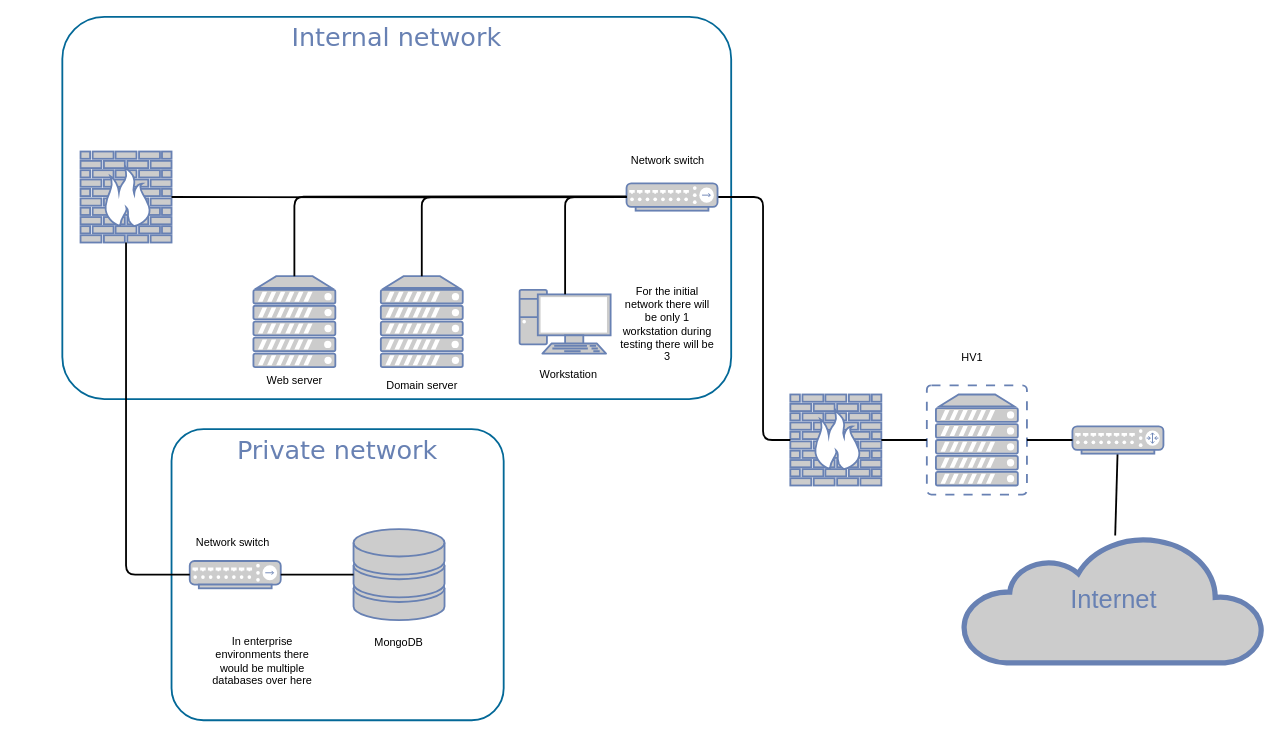
supertrey2004/Secure-Multi-Layer-Network-Project---Capstone keeps this draw.io diagram as Docs/diagrams/Network diagram.drawio. Above is the earlier version. Source tidied: cells renumbered, new cells numbered last; positions are measured from the earlier drawing's top-left corner, leaving out a move shared by most shapes. Both pictures are drawn from the tidied source at 91%, with x=0, y=0 at pixel (62, 16).
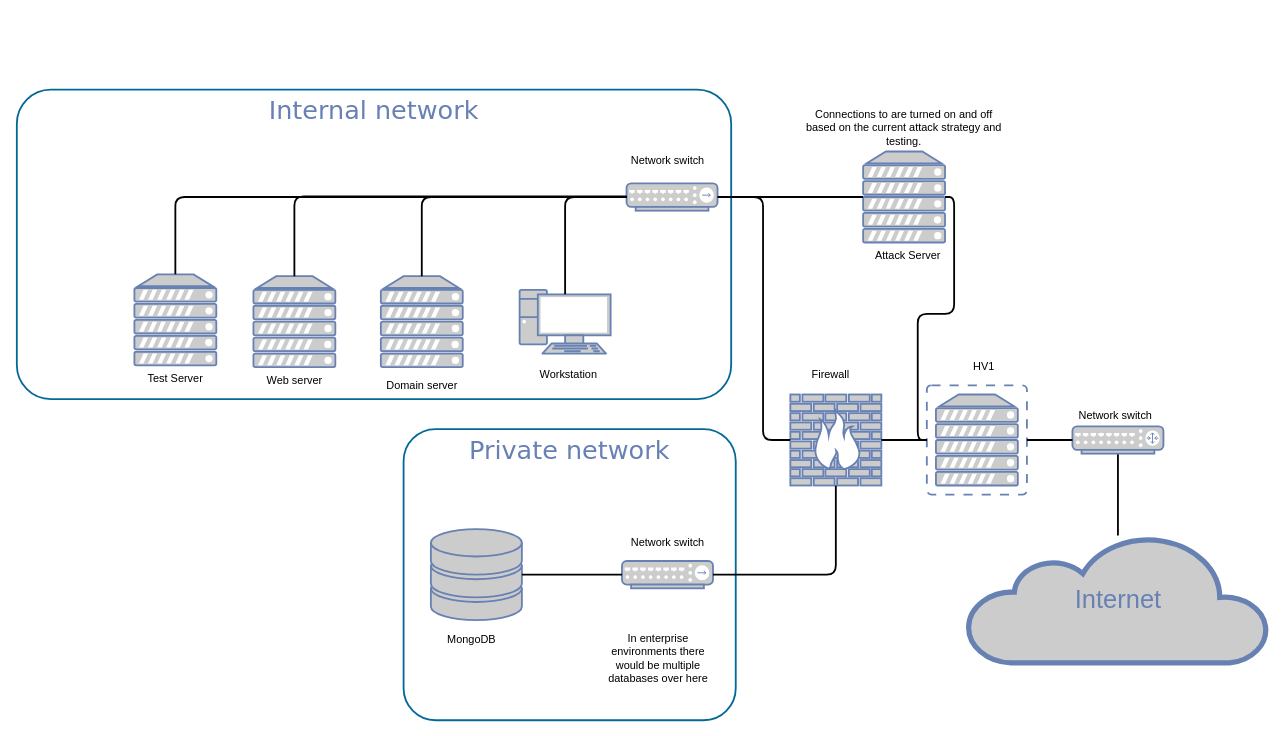
After the change.

Unchanged cells that the change refers to:
```xml
<mxCell id="4" style="fontColor=#0066CC;verticalAlign=top;verticalLabelPosition=bottom;labelPosition=center;align=center;html=1;fillColor=#CCCCCC;strokeColor=#6881B3;gradientColor=none;gradientDirection=north;strokeWidth=2;shape=mxgraph.networks.firewall;rounded=0;shadow=0;comic=0;" parent="1" vertex="1">
  <mxGeometry x="800" y="415" width="100" height="100" as="geometry" />
</mxCell>
<mxCell id="10" style="fontColor=#0066CC;verticalAlign=top;verticalLabelPosition=bottom;labelPosition=center;align=center;html=1;outlineConnect=0;fillColor=#CCCCCC;strokeColor=#6881B3;gradientColor=none;gradientDirection=north;strokeWidth=2;shape=mxgraph.networks.virtual_server;" parent="1" vertex="1">
  <mxGeometry x="950" y="405" width="110" height="120" as="geometry" />
</mxCell>
<mxCell id="12" style="fontColor=#0066CC;verticalAlign=top;verticalLabelPosition=bottom;labelPosition=center;align=center;html=1;outlineConnect=0;fillColor=#CCCCCC;strokeColor=#6881B3;gradientColor=none;gradientDirection=north;strokeWidth=2;shape=mxgraph.networks.hub;" parent="1" vertex="1">
  <mxGeometry x="620" y="183" width="100" height="30" as="geometry" />
</mxCell>
<mxCell id="20" style="fontColor=#0066CC;verticalAlign=top;verticalLabelPosition=bottom;labelPosition=center;align=center;html=1;outlineConnect=0;fillColor=#CCCCCC;strokeColor=#6881B3;gradientColor=none;gradientDirection=north;strokeWidth=2;shape=mxgraph.networks.server;" parent="1" vertex="1">
  <mxGeometry x="210" y="285" width="90" height="100" as="geometry" />
</mxCell>
```

What changed in the source:
```diff
@@
     <mxCell id="2" value="Private network" style="rounded=1;whiteSpace=wrap;html=1;shadow=0;comic=0;strokeColor=#036897;strokeWidth=2;fillColor=none;fontFamily=Verdana;fontSize=28;fontColor=#6881B3;align=center;arcSize=11;verticalAlign=top;" parent="1" vertex="1">
-      <mxGeometry x="120" y="453" width="365" height="320" as="geometry" />
+      <mxGeometry x="375" y="453" width="365" height="320" as="geometry" />
     </mxCell>
     <mxCell id="3" value="Internal network" style="rounded=1;whiteSpace=wrap;html=1;shadow=0;comic=0;strokeColor=#036897;strokeWidth=2;fillColor=none;fontFamily=Verdana;fontSize=28;fontColor=#6881B3;align=center;arcSize=11;verticalAlign=top;" parent="1" vertex="1">
-      <mxGeometry width="735" height="420" as="geometry" />
+      <mxGeometry x="-50" y="80" width="785" height="340" as="geometry" />
     </mxCell>
@@
     <mxCell id="5" value="Internet" style="html=1;fillColor=#CCCCCC;strokeColor=#6881B3;gradientColor=none;gradientDirection=north;strokeWidth=2;shape=mxgraph.networks.cloud;fontColor=#6881B3;rounded=0;shadow=0;comic=0;align=center;fontSize=28;" parent="1" vertex="1">
-      <mxGeometry x="990" y="570" width="330" height="140" as="geometry" />
+      <mxGeometry x="995" y="570" width="330" height="140" as="geometry" />
     </mxCell>
@@
-    <mxCell id="9" style="fontColor=#0066CC;verticalAlign=top;verticalLabelPosition=bottom;labelPosition=center;align=center;html=1;fillColor=#CCCCCC;strokeColor=#6881B3;gradientColor=none;gradientDirection=north;strokeWidth=2;shape=mxgraph.networks.firewall;rounded=0;shadow=0;comic=0;" parent="1" vertex="1">
-      <mxGeometry x="20" y="148" width="100" height="100" as="geometry" />
-    </mxCell>
@@
     <mxCell id="14" style="fontColor=#0066CC;verticalAlign=top;verticalLabelPosition=bottom;labelPosition=center;align=center;html=1;outlineConnect=0;fillColor=#CCCCCC;strokeColor=#6881B3;gradientColor=none;gradientDirection=north;strokeWidth=2;shape=mxgraph.networks.hub;" parent="1" vertex="1">
-      <mxGeometry x="140" y="598" width="100" height="30" as="geometry" />
+      <mxGeometry x="615" y="598" width="100" height="30" as="geometry" />
     </mxCell>
-    <mxCell id="15" style="edgeStyle=orthogonalEdgeStyle;html=1;labelBackgroundColor=none;endArrow=none;endFill=0;strokeWidth=2;fontFamily=Verdana;fontSize=28;fontColor=#6881B3;entryX=0.5;entryY=1;entryDx=0;entryDy=0;entryPerimeter=0;exitX=0;exitY=0.5;exitDx=0;exitDy=0;exitPerimeter=0;" parent="1" edge="1" source="14" target="9">
+    <mxCell id="15" style="edgeStyle=orthogonalEdgeStyle;html=1;labelBackgroundColor=none;endArrow=none;endFill=0;strokeWidth=2;fontFamily=Verdana;fontSize=28;fontColor=#6881B3;exitX=1;exitY=0.5;exitDx=0;exitDy=0;exitPerimeter=0;entryX=0.5;entryY=1;entryDx=0;entryDy=0;entryPerimeter=0;" parent="1" edge="1" source="14" target="4">
       <mxGeometry relative="1" as="geometry">
         <Array as="points">
-          <mxPoint x="70" y="613" />
+          <mxPoint x="850" y="613" />
         </Array>
       </mxGeometry>
     </mxCell>
@@
     <mxCell id="17" style="fontColor=#0066CC;verticalAlign=top;verticalLabelPosition=bottom;labelPosition=center;align=center;html=1;outlineConnect=0;fillColor=#CCCCCC;strokeColor=#6881B3;gradientColor=none;gradientDirection=north;strokeWidth=2;shape=mxgraph.networks.storage;" parent="1" vertex="1">
-      <mxGeometry x="320" y="563" width="100" height="100" as="geometry" />
+      <mxGeometry x="405" y="563" width="100" height="100" as="geometry" />
     </mxCell>
-    <mxCell id="18" style="edgeStyle=none;html=1;labelBackgroundColor=none;endArrow=none;endFill=0;strokeWidth=2;fontFamily=Verdana;fontSize=28;fontColor=#6881B3;exitX=1;exitY=0.5;exitDx=0;exitDy=0;exitPerimeter=0;entryX=0;entryY=0.5;entryDx=0;entryDy=0;entryPerimeter=0;" parent="1" edge="1" source="14" target="17">
+    <mxCell id="18" style="edgeStyle=none;html=1;labelBackgroundColor=none;endArrow=none;endFill=0;strokeWidth=2;fontFamily=Verdana;fontSize=28;fontColor=#6881B3;exitX=0;exitY=0.5;exitDx=0;exitDy=0;exitPerimeter=0;entryX=1;entryY=0.5;entryDx=0;entryDy=0;entryPerimeter=0;" parent="1" edge="1" source="14" target="17">
       <mxGeometry relative="1" as="geometry" />
     </mxCell>
@@
-    <mxCell id="21" style="edgeStyle=orthogonalEdgeStyle;html=1;labelBackgroundColor=none;endArrow=none;endFill=0;strokeWidth=2;fontFamily=Verdana;fontSize=28;fontColor=#6881B3;entryX=1;entryY=0.5;entryDx=0;entryDy=0;entryPerimeter=0;" parent="1" edge="1" target="9">
-      <mxGeometry relative="1" as="geometry">
-        <mxPoint x="620" y="198" as="sourcePoint" />
-      </mxGeometry>
-    </mxCell>
@@
     <mxCell id="23" style="edgeStyle=orthogonalEdgeStyle;html=1;labelBackgroundColor=none;endArrow=none;endFill=0;strokeWidth=2;fontFamily=Verdana;fontSize=28;fontColor=#6881B3;entryX=0.5;entryY=0;entryDx=0;entryDy=0;entryPerimeter=0;" parent="1" edge="1" target="20">
       <mxGeometry relative="1" as="geometry">
         <mxPoint x="620" y="197.2" as="sourcePoint" />
+        <Array as="points">
+          <mxPoint x="255" y="197" />
+        </Array>
       </mxGeometry>
     </mxCell>
@@
-    <mxCell id="28" value="For the initial network there will be only 1 workstation during testing there will be 3" style="text;html=1;whiteSpace=wrap;strokeColor=none;fillColor=none;align=center;verticalAlign=middle;rounded=0;" parent="1" vertex="1">
-      <mxGeometry x="610" y="283" width="110" height="110" as="geometry" />
-    </mxCell>
     <mxCell id="29" value="MongoDB" style="text;html=1;whiteSpace=wrap;strokeColor=none;fillColor=none;align=center;verticalAlign=middle;rounded=0;" parent="1" vertex="1">
-      <mxGeometry x="295" y="673" width="150" height="30" as="geometry" />
+      <mxGeometry x="375" y="670" width="150" height="30" as="geometry" />
     </mxCell>
@@
     <mxCell id="31" value="Network switch" style="text;html=1;whiteSpace=wrap;strokeColor=none;fillColor=none;align=center;verticalAlign=middle;rounded=0;" parent="1" vertex="1">
-      <mxGeometry x="100" y="563" width="175" height="30" as="geometry" />
+      <mxGeometry x="577.5" y="563" width="175" height="30" as="geometry" />
     </mxCell>
     <mxCell id="32" value="In enterprise environments there would be multiple databases over here" style="text;html=1;whiteSpace=wrap;strokeColor=none;fillColor=none;align=center;verticalAlign=middle;rounded=0;" parent="1" vertex="1">
-      <mxGeometry x="160" y="673" width="120" height="70" as="geometry" />
+      <mxGeometry x="595" y="670" width="120" height="70" as="geometry" />
     </mxCell>
     <mxCell id="33" value="HV1" style="text;html=1;whiteSpace=wrap;strokeColor=none;fillColor=none;align=center;verticalAlign=middle;rounded=0;" parent="1" vertex="1">
-      <mxGeometry x="970" y="360" width="60" height="30" as="geometry" />
+      <mxGeometry x="982.5" y="370" width="60" height="30" as="geometry" />
     </mxCell>
+    <mxCell id="34" style="fontColor=#0066CC;verticalAlign=top;verticalLabelPosition=bottom;labelPosition=center;align=center;html=1;outlineConnect=0;fillColor=#CCCCCC;strokeColor=#6881B3;gradientColor=none;gradientDirection=north;strokeWidth=2;shape=mxgraph.networks.server;" parent="1" vertex="1">
+      <mxGeometry x="79.2" y="283" width="90" height="100" as="geometry" />
+    </mxCell>
+    <mxCell id="35" value="Test Server" style="text;html=1;whiteSpace=wrap;strokeColor=none;fillColor=none;align=center;verticalAlign=middle;rounded=0;" parent="1" vertex="1">
+      <mxGeometry x="58" y="383" width="132.5" height="30" as="geometry" />
+    </mxCell>
+    <mxCell id="36" style="edgeStyle=orthogonalEdgeStyle;html=1;labelBackgroundColor=none;endArrow=none;endFill=0;strokeWidth=2;fontFamily=Verdana;fontSize=28;fontColor=#6881B3;entryX=0.5;entryY=0;entryDx=0;entryDy=0;entryPerimeter=0;" parent="1" edge="1" source="12" target="34">
+      <mxGeometry relative="1" as="geometry" />
+    </mxCell>
+    <mxCell id="37" style="fontColor=#0066CC;verticalAlign=top;verticalLabelPosition=bottom;labelPosition=center;align=center;html=1;outlineConnect=0;fillColor=#CCCCCC;strokeColor=#6881B3;gradientColor=none;gradientDirection=north;strokeWidth=2;shape=mxgraph.networks.server;" parent="1" vertex="1">
+      <mxGeometry x="880" y="148" width="90" height="100" as="geometry" />
+    </mxCell>
+    <mxCell id="38" value="Attack Server" style="text;html=1;whiteSpace=wrap;strokeColor=none;fillColor=none;align=center;verticalAlign=middle;rounded=0;" parent="1" vertex="1">
+      <mxGeometry x="862.5" y="248" width="132.5" height="30" as="geometry" />
+    </mxCell>
+    <mxCell id="39" style="edgeStyle=orthogonalEdgeStyle;html=1;labelBackgroundColor=none;endArrow=none;endFill=0;strokeWidth=2;fontFamily=Verdana;fontSize=28;fontColor=#6881B3;entryX=0;entryY=0.5;entryDx=0;entryDy=0;entryPerimeter=0;exitX=1;exitY=0.5;exitDx=0;exitDy=0;exitPerimeter=0;" parent="1" edge="1" source="37" target="10">
+      <mxGeometry relative="1" as="geometry" />
+    </mxCell>
+    <mxCell id="40" style="edgeStyle=orthogonalEdgeStyle;html=1;labelBackgroundColor=none;endArrow=none;endFill=0;strokeWidth=2;fontFamily=Verdana;fontSize=28;fontColor=#6881B3;entryX=1;entryY=0.5;entryDx=0;entryDy=0;entryPerimeter=0;exitX=0;exitY=0.5;exitDx=0;exitDy=0;exitPerimeter=0;" parent="1" edge="1" source="37" target="12">
+      <mxGeometry relative="1" as="geometry">
+        <Array as="points">
+          <mxPoint x="880" y="198" />
+          <mxPoint x="880" y="198" />
+        </Array>
+      </mxGeometry>
+    </mxCell>
+    <mxCell id="41" value="Connections to are turned on and off based on the current attack strategy and testing." style="text;html=1;whiteSpace=wrap;strokeColor=none;fillColor=none;align=center;verticalAlign=middle;rounded=0;" parent="1" vertex="1">
+      <mxGeometry x="810" y="90" width="230" height="63" as="geometry" />
+    </mxCell>
+    <mxCell id="42" value="Firewall" style="text;html=1;whiteSpace=wrap;strokeColor=none;fillColor=none;align=center;verticalAlign=middle;rounded=0;" parent="1" vertex="1">
+      <mxGeometry x="777.5" y="378" width="132.5" height="30" as="geometry" />
+    </mxCell>
+    <mxCell id="43" value="Network switch" style="text;html=1;whiteSpace=wrap;strokeColor=none;fillColor=none;align=center;verticalAlign=middle;rounded=0;" parent="1" vertex="1">
+      <mxGeometry x="1070" y="423" width="175" height="30" as="geometry" />
+    </mxCell>
```
